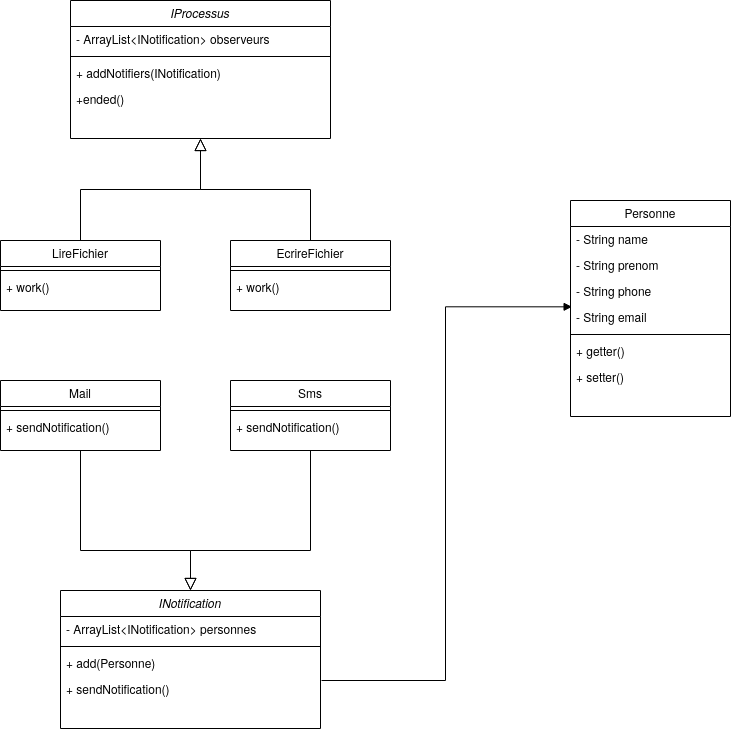
The draw.io diagram Exercices/3.DesignPattern/observer/observer.png in ign-formation/Design-Pattern, before a commit. Source tidied: cells renumbered, new cells last; positions are measured from the earlier drawing's top-left corner, leaving out a move shared by most shapes.
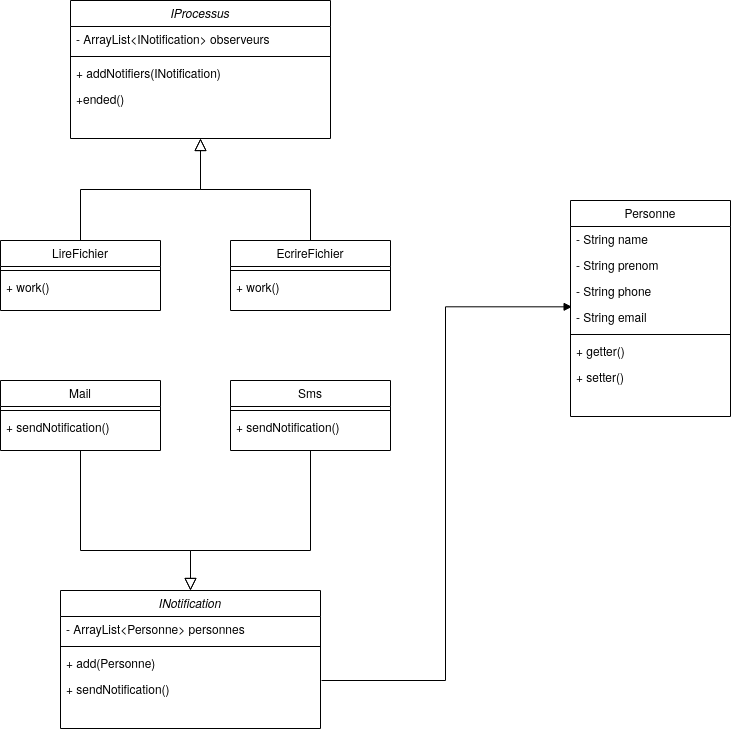
Above is the later version.

What changed in the source:
```diff
@@ -68,7 +68,7 @@
     <mxCell id="23" value="INotification" style="swimlane;fontStyle=2;align=center;verticalAlign=top;horizontal=1;startSize=26;rounded=0;shadow=0;strokeWidth=1;" parent="1" vertex="1">
       <mxGeometry x="60" y="590" width="260" height="138" as="geometry" />
     </mxCell>
-    <mxCell id="24" value="- ArrayList&lt;INotification&gt; personnes" style="text;align=left;verticalAlign=top;spacingLeft=4;spacingRight=4;overflow=hidden;" parent="23" vertex="1">
+    <mxCell id="24" value="- ArrayList&lt;Personne&gt; personnes" style="text;align=left;verticalAlign=top;spacingLeft=4;spacingRight=4;overflow=hidden;" parent="23" vertex="1">
       <mxGeometry y="26" width="260" height="26" as="geometry" />
     </mxCell>
     <mxCell id="25" style="line;html=1;strokeWidth=1;align=left;verticalAlign=middle;spacingTop=-1;spacingLeft=3;spacingRight=3;labelPosition=right;" parent="23" vertex="1">
```
